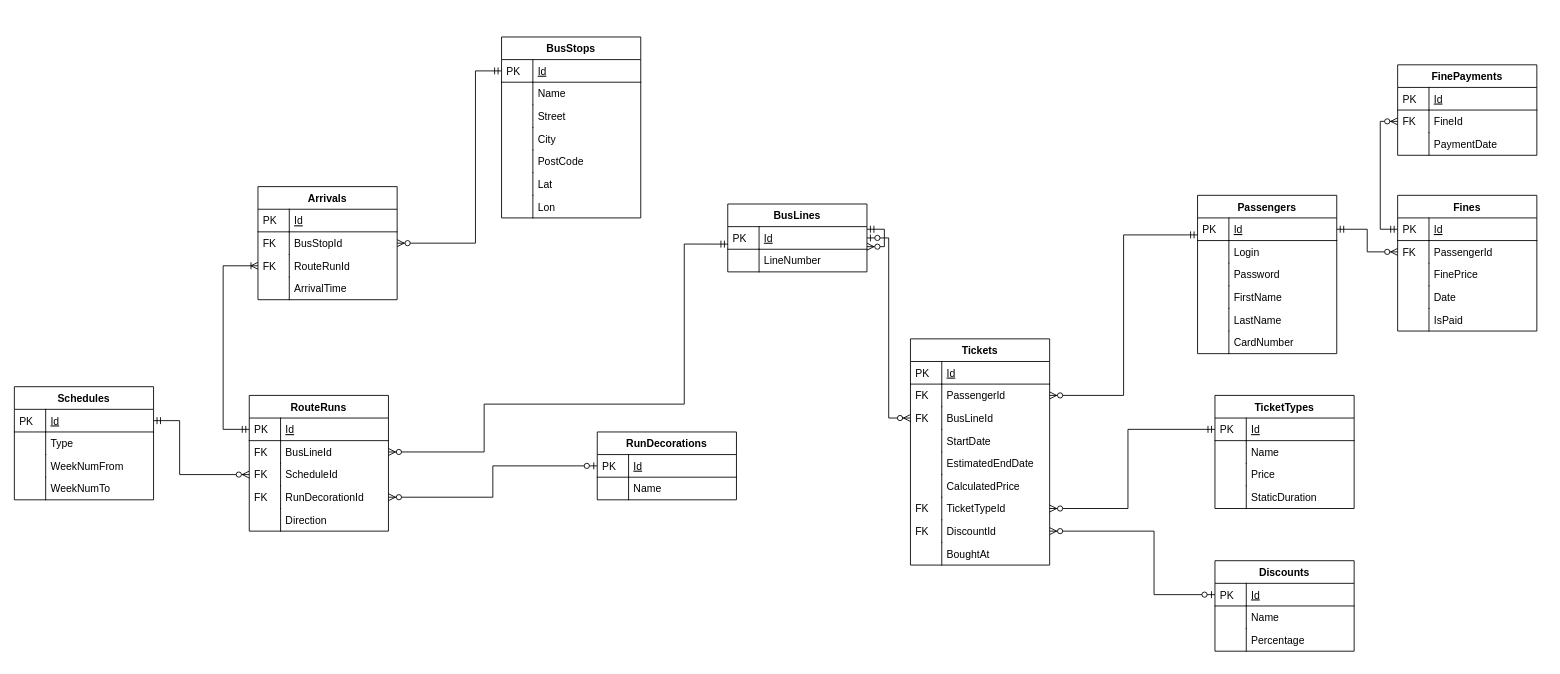
lukasz-ciskowski/lm-transport keeps this draw.io diagram as sql/erd.drawio. Above is the earlier version. Source tidied: cells renumbered, new cells numbered last; positions are measured from the earlier drawing's top-left corner, leaving out a move shared by most shapes. Both pictures are drawn from the tidied source at 87%, with x=0, y=0 at pixel (14, 37).
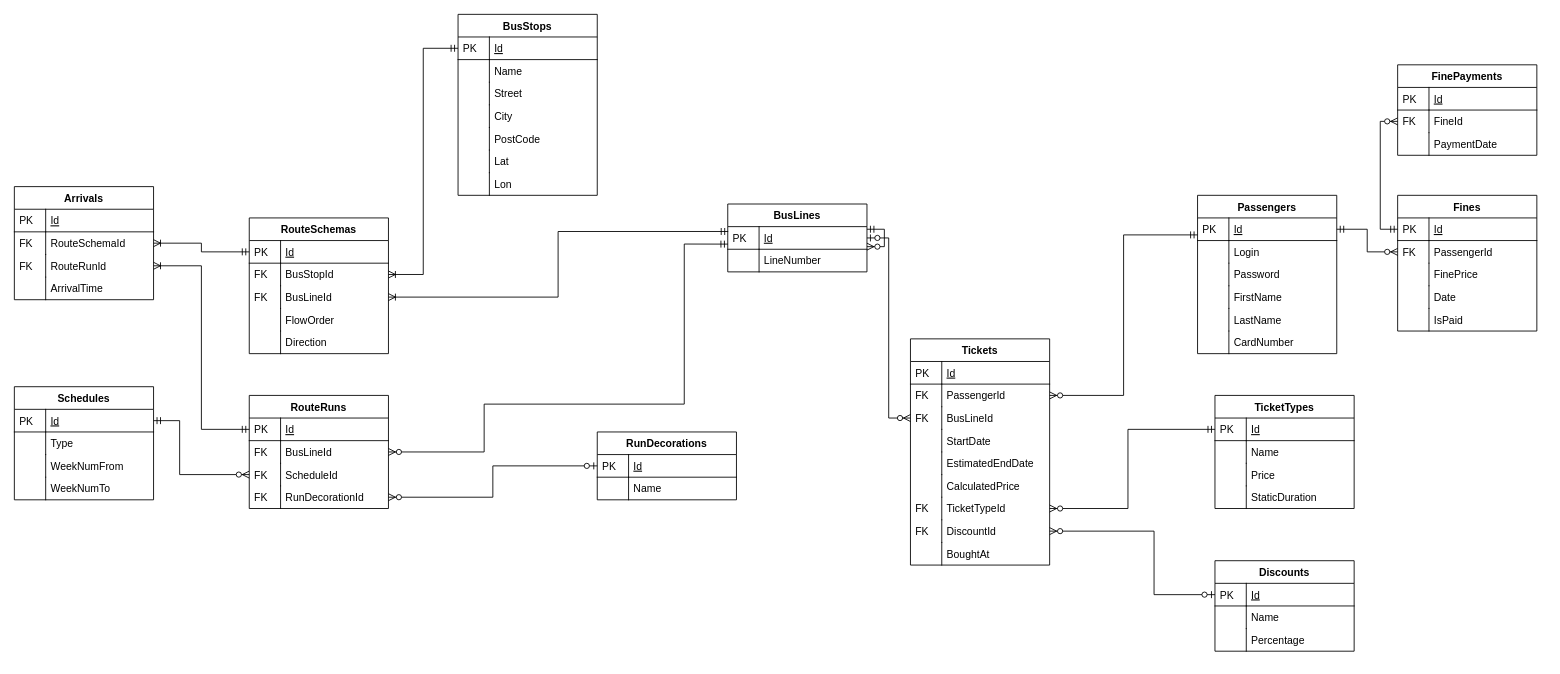
The same diagram, later.

Unchanged cells that the change refers to:
```xml
<mxCell id="18" value="Id" style="shape=partialRectangle;top=0;left=0;right=0;bottom=1;align=left;verticalAlign=top;fillColor=none;spacingLeft=40;spacingRight=4;overflow=hidden;points=[[0,0.5],[1,0.5]];portConstraint=eastwest;rounded=0;shadow=0;strokeWidth=1;fontStyle=4;" parent="17" vertex="1">
  <mxGeometry y="26" width="160" height="26" as="geometry" />
</mxCell>
<mxCell id="48" value="Id" style="shape=partialRectangle;top=0;left=0;right=0;bottom=1;align=left;verticalAlign=top;fillColor=none;spacingLeft=40;spacingRight=4;overflow=hidden;points=[[0,0.5],[1,0.5]];portConstraint=eastwest;rounded=0;shadow=0;strokeWidth=1;fontStyle=4;" parent="47" vertex="1">
  <mxGeometry y="26" width="160" height="26" as="geometry" />
</mxCell>
<mxCell id="70" value="Id" style="shape=partialRectangle;top=0;left=0;right=0;bottom=1;align=left;verticalAlign=top;fillColor=none;spacingLeft=40;spacingRight=4;overflow=hidden;points=[[0,0.5],[1,0.5]];portConstraint=eastwest;rounded=0;shadow=0;strokeWidth=1;fontStyle=4;" parent="69" vertex="1">
  <mxGeometry y="26" width="160" height="26" as="geometry" />
</mxCell>
<mxCell id="132" value="RouteRunId" style="shape=partialRectangle;top=0;left=0;right=0;bottom=0;align=left;verticalAlign=top;fillColor=none;spacingLeft=40;spacingRight=4;overflow=hidden;points=[[0,0.5],[1,0.5]];portConstraint=eastwest;rounded=0;shadow=0;strokeWidth=1;" parent="127" vertex="1">
  <mxGeometry y="78" width="160" height="26" as="geometry" />
</mxCell>
```

Change to the diagram source:
```diff
@@
     <mxCell id="47" value="BusStops" style="swimlane;fontStyle=1;horizontal=1;startSize=26;rounded=0;shadow=0;strokeWidth=1;" parent="1" vertex="1">
-      <mxGeometry x="560" width="160" height="208" as="geometry" />
+      <mxGeometry x="510" y="-26" width="160" height="208" as="geometry" />
     </mxCell>
@@
     <mxCell id="69" value="RouteRuns" style="swimlane;fontStyle=1;horizontal=1;startSize=26;rounded=0;shadow=0;strokeWidth=1;" parent="1" vertex="1">
-      <mxGeometry x="270" y="412" width="160" height="156" as="geometry" />
+      <mxGeometry x="270" y="412" width="160" height="130" as="geometry" />
     </mxCell>
@@
-    <mxCell id="78" value="Direction" style="shape=partialRectangle;top=0;left=0;right=0;bottom=0;align=left;verticalAlign=top;fillColor=none;spacingLeft=40;spacingRight=4;overflow=hidden;rounded=0;shadow=0;strokeWidth=1;" parent="69" vertex="1">
-      <mxGeometry y="130" width="160" height="26" as="geometry" />
-    </mxCell>
-    <mxCell id="79" style="shape=partialRectangle;top=0;left=0;bottom=0;fillColor=none;align=left;verticalAlign=top;spacingLeft=4;spacingRight=4;overflow=hidden;" parent="78" vertex="1">
-      <mxGeometry width="36" height="26" as="geometry" />
-    </mxCell>
@@
-    <mxCell id="89" style="edgeStyle=orthogonalEdgeStyle;rounded=0;jettySize=auto;html=1;entryX=0;entryY=0.5;entryDx=0;entryDy=0;startArrow=ERmandOne;startFill=0;endArrow=ERoneToMany;endFill=0;" parent="1" edge="1" source="70" target="132">
-      <mxGeometry relative="1" as="geometry">
-        <Array as="points">
-          <mxPoint x="240" y="451" />
-          <mxPoint x="240" y="263" />
-        </Array>
-      </mxGeometry>
-    </mxCell>
-    <mxCell id="90" style="edgeStyle=orthogonalEdgeStyle;rounded=0;jettySize=auto;html=1;entryX=1;entryY=0.5;entryDx=0;entryDy=0;startArrow=ERmandOne;startFill=0;endArrow=ERzeroToMany;endFill=1;" parent="1" edge="1" source="48" target="130">
-      <mxGeometry relative="1" as="geometry">
-        <Array as="points">
-          <mxPoint x="530" y="39" />
-          <mxPoint x="530" y="237" />
-        </Array>
-      </mxGeometry>
-    </mxCell>
@@
     <mxCell id="127" value="Arrivals" style="swimlane;fontStyle=1;horizontal=1;startSize=26;rounded=0;shadow=0;strokeWidth=1;" parent="1" vertex="1">
-      <mxGeometry x="280" y="172" width="160" height="130" as="geometry" />
+      <mxGeometry y="172" width="160" height="130" as="geometry" />
     </mxCell>
@@
-    <mxCell id="130" value="BusStopId" style="shape=partialRectangle;top=0;left=0;right=0;bottom=0;align=left;verticalAlign=top;fillColor=none;spacingLeft=40;spacingRight=4;overflow=hidden;points=[[0,0.5],[1,0.5]];portConstraint=eastwest;rounded=0;shadow=0;strokeWidth=1;" parent="127" vertex="1">
+    <mxCell id="130" value="RouteSchemaId" style="shape=partialRectangle;top=0;left=0;right=0;bottom=0;align=left;verticalAlign=top;fillColor=none;spacingLeft=40;spacingRight=4;overflow=hidden;points=[[0,0.5],[1,0.5]];portConstraint=eastwest;rounded=0;shadow=0;strokeWidth=1;" parent="127" vertex="1">
       <mxGeometry y="52" width="160" height="26" as="geometry" />
     </mxCell>
@@
+    <mxCell id="136" style="edgeStyle=orthogonalEdgeStyle;rounded=0;jettySize=auto;html=1;exitX=0;exitY=0.5;exitDx=0;exitDy=0;endArrow=ERoneToMany;endFill=0;startArrow=ERmandOne;startFill=0;" parent="1" edge="1" source="140" target="130">
+      <mxGeometry relative="1" as="geometry" />
+    </mxCell>
+    <mxCell id="89" style="edgeStyle=orthogonalEdgeStyle;rounded=0;jettySize=auto;html=1;exitX=0;exitY=0.5;exitDx=0;exitDy=0;entryX=1;entryY=0.5;entryDx=0;entryDy=0;startArrow=ERmandOne;startFill=0;endArrow=ERoneToMany;endFill=0;" parent="1" edge="1" source="70" target="132">
+      <mxGeometry relative="1" as="geometry" />
+    </mxCell>
+    <mxCell id="137" style="edgeStyle=orthogonalEdgeStyle;rounded=0;jettySize=auto;html=1;entryX=1;entryY=0.5;entryDx=0;entryDy=0;startArrow=ERmandOne;startFill=0;endArrow=ERoneToMany;endFill=0;" parent="1" edge="1" source="48" target="142">
+      <mxGeometry relative="1" as="geometry" />
+    </mxCell>
+    <mxCell id="138" style="edgeStyle=orthogonalEdgeStyle;rounded=0;jettySize=auto;html=1;entryX=1;entryY=0.5;entryDx=0;entryDy=0;startArrow=ERmandOne;startFill=0;endArrow=ERoneToMany;endFill=0;exitX=0.003;exitY=0.215;exitDx=0;exitDy=0;exitPerimeter=0;" parent="1" edge="1" source="18" target="144">
+      <mxGeometry relative="1" as="geometry" />
+    </mxCell>
+    <mxCell id="139" value="RouteSchemas" style="swimlane;fontStyle=1;horizontal=1;startSize=26;rounded=0;shadow=0;strokeWidth=1;" parent="1" vertex="1">
+      <mxGeometry x="270" y="208" width="160" height="156" as="geometry" />
+    </mxCell>
+    <mxCell id="140" value="Id" style="shape=partialRectangle;top=0;left=0;right=0;bottom=1;align=left;verticalAlign=top;fillColor=none;spacingLeft=40;spacingRight=4;overflow=hidden;points=[[0,0.5],[1,0.5]];portConstraint=eastwest;rounded=0;shadow=0;strokeWidth=1;fontStyle=4;" parent="139" vertex="1">
+      <mxGeometry y="26" width="160" height="26" as="geometry" />
+    </mxCell>
+    <mxCell id="141" value="PK" style="shape=partialRectangle;top=0;left=0;bottom=0;fillColor=none;align=left;verticalAlign=top;spacingLeft=4;spacingRight=4;overflow=hidden;" parent="140" vertex="1">
+      <mxGeometry width="36" height="26" as="geometry" />
+    </mxCell>
+    <mxCell id="142" value="BusStopId" style="shape=partialRectangle;top=0;left=0;right=0;bottom=0;align=left;verticalAlign=top;fillColor=none;spacingLeft=40;spacingRight=4;overflow=hidden;points=[[0,0.5],[1,0.5]];portConstraint=eastwest;rounded=0;shadow=0;strokeWidth=1;" parent="139" vertex="1">
+      <mxGeometry y="52" width="160" height="26" as="geometry" />
+    </mxCell>
+    <mxCell id="143" value="FK" style="shape=partialRectangle;top=0;left=0;bottom=0;fillColor=none;align=left;verticalAlign=top;spacingLeft=4;spacingRight=4;overflow=hidden;" parent="142" vertex="1">
+      <mxGeometry width="36" height="26" as="geometry" />
+    </mxCell>
+    <mxCell id="144" value="BusLineId" style="shape=partialRectangle;top=0;left=0;right=0;bottom=0;align=left;verticalAlign=top;fillColor=none;spacingLeft=40;spacingRight=4;overflow=hidden;points=[[0,0.5],[1,0.5]];portConstraint=eastwest;rounded=0;shadow=0;strokeWidth=1;" parent="139" vertex="1">
+      <mxGeometry y="78" width="160" height="26" as="geometry" />
+    </mxCell>
+    <mxCell id="145" value="FK" style="shape=partialRectangle;top=0;left=0;bottom=0;fillColor=none;align=left;verticalAlign=top;spacingLeft=4;spacingRight=4;overflow=hidden;" parent="144" vertex="1">
+      <mxGeometry width="36" height="26" as="geometry" />
+    </mxCell>
+    <mxCell id="146" value="FlowOrder" style="shape=partialRectangle;top=0;left=0;right=0;bottom=0;align=left;verticalAlign=top;fillColor=none;spacingLeft=40;spacingRight=4;overflow=hidden;rounded=0;shadow=0;strokeWidth=1;" parent="139" vertex="1">
+      <mxGeometry y="104" width="160" height="26" as="geometry" />
+    </mxCell>
+    <mxCell id="147" style="shape=partialRectangle;top=0;left=0;bottom=0;fillColor=none;align=left;verticalAlign=top;spacingLeft=4;spacingRight=4;overflow=hidden;" parent="146" vertex="1">
+      <mxGeometry width="36" height="26" as="geometry" />
+    </mxCell>
+    <mxCell id="78" value="Direction" style="shape=partialRectangle;top=0;left=0;right=0;bottom=0;align=left;verticalAlign=top;fillColor=none;spacingLeft=40;spacingRight=4;overflow=hidden;rounded=0;shadow=0;strokeWidth=1;" parent="139" vertex="1">
+      <mxGeometry y="130" width="160" height="26" as="geometry" />
+    </mxCell>
+    <mxCell id="148" style="shape=partialRectangle;top=0;left=0;bottom=0;fillColor=none;align=left;verticalAlign=top;spacingLeft=4;spacingRight=4;overflow=hidden;" parent="78" vertex="1">
+      <mxGeometry width="36" height="26" as="geometry" />
+    </mxCell>
```
